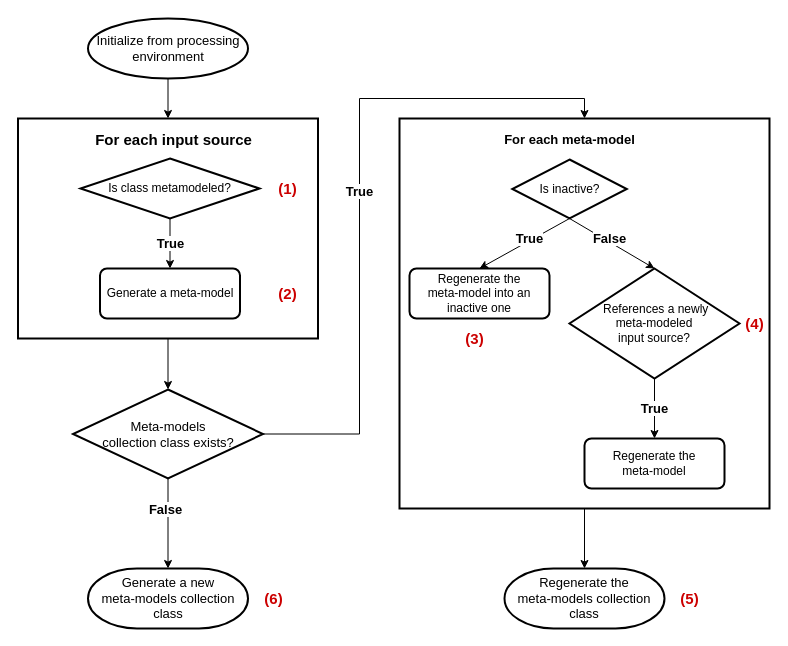
Earlier version of the draw.io diagram report/images/algorithm.drawio (homedirectory/semantic-analysis). Source tidied: cells renumbered, new cells numbered last; positions are measured from the earlier drawing's top-left corner, leaving out a move shared by most shapes. Both pictures are drawn from the tidied source at 100%, with x=0, y=0 at pixel (17, 18).
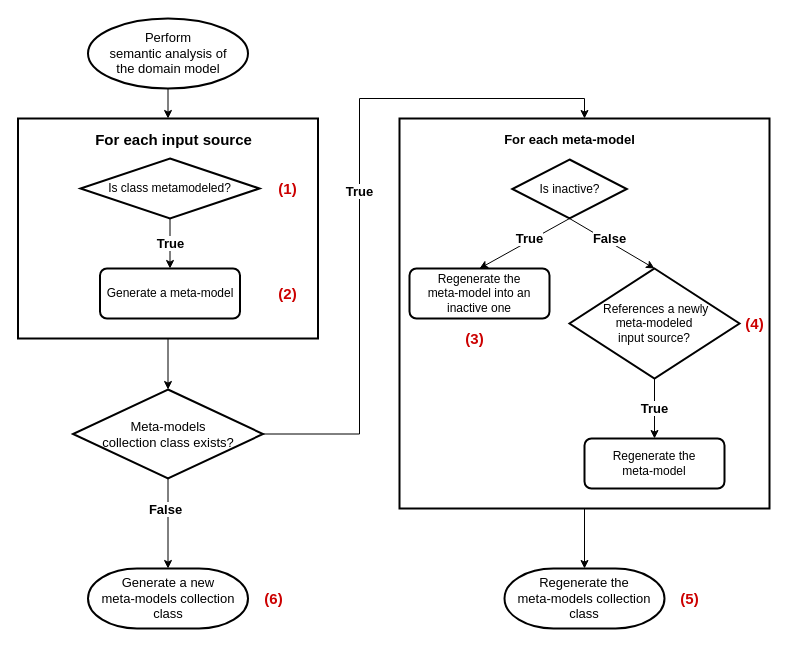
After the change.

Change to the diagram source:
```diff
@@
-    <mxCell id="24" value="Initialize from processing environment" style="strokeWidth=2;html=1;shape=mxgraph.flowchart.start_1;whiteSpace=wrap;labelBorderColor=none;fontSize=13;fontColor=#000000;fillColor=none;" parent="1" vertex="1">
-      <mxGeometry x="70.5" width="160" height="60" as="geometry" />
+    <mxCell id="24" value="&lt;div&gt;Perform &lt;br&gt;&lt;/div&gt;&lt;div&gt;semantic analysis of &lt;br&gt;&lt;/div&gt;&lt;div&gt;the domain model&lt;/div&gt;" style="strokeWidth=2;html=1;shape=mxgraph.flowchart.start_1;whiteSpace=wrap;labelBorderColor=none;fontSize=13;fontColor=#000000;fillColor=none;" parent="1" vertex="1">
+      <mxGeometry x="70.5" width="160" height="70" as="geometry" />
     </mxCell>
```
